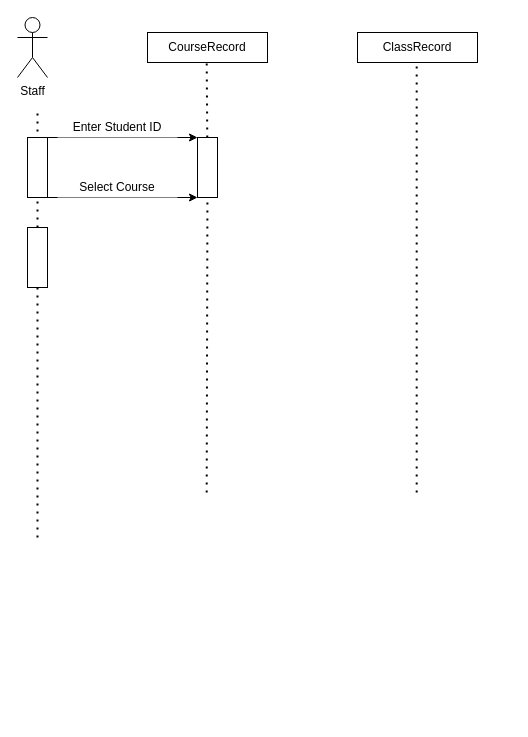
Above: Final Project SIS Sequence Diagram.drawio in BrandonLombard/OOAD-SNHU (draw.io), before the change. Source tidied: cells renumbered, new cells numbered last; positions are measured from the earlier drawing's top-left corner, leaving out a move shared by most shapes. Both pictures are drawn from the tidied source at 100%, with x=0, y=0 at pixel (17, 17).
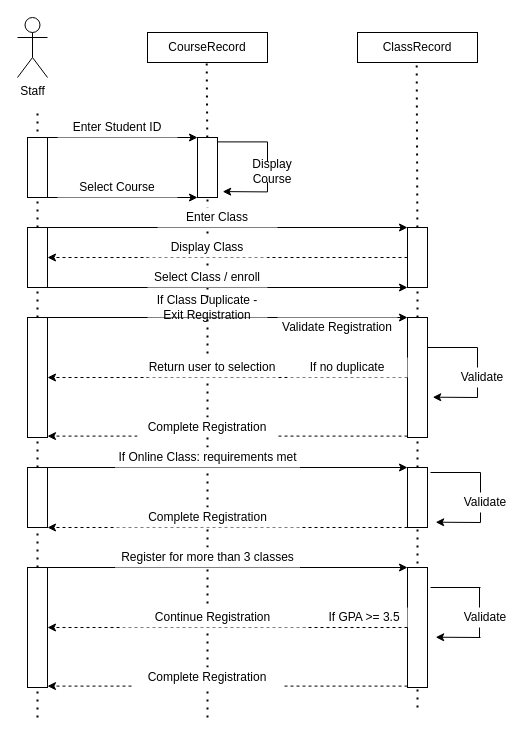
After the change.

The change refers to these unchanged cells:
```xml
<mxCell id="12" style="rounded=0;whiteSpace=wrap;html=1;" parent="1" vertex="1">
  <mxGeometry x="180" y="120" width="20" height="60" as="geometry" />
</mxCell>
<mxCell id="17" style="rounded=0;whiteSpace=wrap;html=1;" parent="1" vertex="1">
  <mxGeometry x="10" y="210" width="20" height="60" as="geometry" />
</mxCell>
```

What changed in the source:
```diff
@@
-    <mxCell id="9" style="endArrow=none;dashed=1;html=1;dashPattern=1 3;strokeWidth=2;" parent="1" edge="1">
+    <mxCell id="9" style="endArrow=none;dashed=1;html=1;dashPattern=1 3;strokeWidth=2;" parent="1" edge="1" source="19">
       <mxGeometry relative="1" as="geometry">
-        <mxPoint x="399.2" y="475" as="sourcePoint" />
         <mxPoint x="399.2" y="45" as="targetPoint" />
       </mxGeometry>
     </mxCell>
@@
-    <mxCell id="13" style="endArrow=none;dashed=1;html=1;dashPattern=1 3;strokeWidth=2;" parent="1" edge="1" target="12">
-      <mxGeometry relative="1" as="geometry">
-        <mxPoint x="189.2" y="475" as="sourcePoint" />
-      </mxGeometry>
+    <mxCell id="13" style="endArrow=none;dashed=1;html=1;dashPattern=1 3;strokeWidth=2;" parent="1" edge="1" source="42" target="12">
+      <mxGeometry relative="1" as="geometry" />
     </mxCell>
@@
-    <mxCell id="18" style="endArrow=none;dashed=1;html=1;dashPattern=1 3;strokeWidth=2;" parent="1" edge="1" target="17">
-      <mxGeometry relative="1" as="geometry">
-        <mxPoint x="20" y="520" as="sourcePoint" />
-      </mxGeometry>
+    <mxCell id="18" style="endArrow=none;dashed=1;html=1;dashPattern=1 3;strokeWidth=2;" parent="1" edge="1" source="27" target="17">
+      <mxGeometry relative="1" as="geometry" />
     </mxCell>
+    <mxCell id="19" style="rounded=0;whiteSpace=wrap;html=1;" parent="1" vertex="1">
+      <mxGeometry x="390" y="210" width="20" height="60" as="geometry" />
+    </mxCell>
+    <mxCell id="20" style="endArrow=none;dashed=1;html=1;dashPattern=1 3;strokeWidth=2;" parent="1" edge="1" source="29" target="19">
+      <mxGeometry relative="1" as="geometry" />
+    </mxCell>
+    <mxCell id="21" style="endArrow=classic;html=1;exitX=1;exitY=0;exitDx=0;exitDy=0;entryX=0;entryY=0;entryDx=0;entryDy=0;" parent="1" edge="1" source="17" target="19">
+      <mxGeometry relative="1" as="geometry" />
+    </mxCell>
+    <mxCell id="22" style="endArrow=classic;html=1;exitX=1;exitY=0;exitDx=0;exitDy=0;entryX=0;entryY=0;entryDx=0;entryDy=0;" parent="1" edge="1">
+      <mxGeometry relative="1" as="geometry">
+        <mxPoint x="30" y="270" as="sourcePoint" />
+        <mxPoint x="390" y="270" as="targetPoint" />
+      </mxGeometry>
+    </mxCell>
+    <mxCell id="23" style="endArrow=classic;html=1;exitX=0;exitY=0.5;exitDx=0;exitDy=0;entryX=1;entryY=0.5;entryDx=0;entryDy=0;dashed=1;" parent="1" edge="1" source="19" target="17">
+      <mxGeometry relative="1" as="geometry" />
+    </mxCell>
+    <mxCell id="24" value="Enter Class" style="text;html=1;align=center;verticalAlign=middle;whiteSpace=wrap;rounded=0;fillColor=#ffffff;" parent="1" vertex="1">
+      <mxGeometry x="140" y="190" width="120" height="20" as="geometry" />
+    </mxCell>
+    <mxCell id="25" value="Display Class" style="text;html=1;align=center;verticalAlign=middle;whiteSpace=wrap;rounded=0;fillColor=#ffffff;" parent="1" vertex="1">
+      <mxGeometry x="130" y="220" width="120" height="20" as="geometry" />
+    </mxCell>
+    <mxCell id="26" value="Select Class / enroll" style="text;html=1;align=center;verticalAlign=middle;whiteSpace=wrap;rounded=0;fillColor=#ffffff;" parent="1" vertex="1">
+      <mxGeometry x="130" y="250" width="120" height="20" as="geometry" />
+    </mxCell>
+    <mxCell id="27" style="rounded=0;whiteSpace=wrap;html=1;" parent="1" vertex="1">
+      <mxGeometry x="10" y="300" width="20" height="120" as="geometry" />
+    </mxCell>
+    <mxCell id="28" style="endArrow=none;dashed=1;html=1;dashPattern=1 3;strokeWidth=2;" parent="1" edge="1" source="44" target="27">
+      <mxGeometry relative="1" as="geometry" />
+    </mxCell>
+    <mxCell id="29" style="rounded=0;whiteSpace=wrap;html=1;" parent="1" vertex="1">
+      <mxGeometry x="390" y="300" width="20" height="120" as="geometry" />
+    </mxCell>
+    <mxCell id="30" style="endArrow=none;dashed=1;html=1;dashPattern=1 3;strokeWidth=2;" parent="1" edge="1" target="29">
+      <mxGeometry relative="1" as="geometry">
+        <mxPoint x="400" y="690" as="sourcePoint" />
+      </mxGeometry>
+    </mxCell>
+    <mxCell id="31" style="endArrow=classic;html=1;exitX=1;exitY=0;exitDx=0;exitDy=0;entryX=0;entryY=0;entryDx=0;entryDy=0;" parent="1" edge="1" source="27" target="29">
+      <mxGeometry relative="1" as="geometry" />
+    </mxCell>
+    <mxCell id="32" value="If Class Duplicate - Exit Registration" style="text;html=1;align=center;verticalAlign=middle;whiteSpace=wrap;rounded=0;fillColor=#ffffff;" parent="1" vertex="1">
+      <mxGeometry x="130" y="280" width="120" height="20" as="geometry" />
+    </mxCell>
+    <mxCell id="33" value="Validate Registration" style="text;html=1;align=center;verticalAlign=middle;whiteSpace=wrap;rounded=0;fillColor=#ffffff;" parent="1" vertex="1">
+      <mxGeometry x="260" y="300" width="120" height="20" as="geometry" />
+    </mxCell>
+    <mxCell id="34" style="endArrow=classic;html=1;exitX=0;exitY=0.5;exitDx=0;exitDy=0;entryX=1;entryY=0.5;entryDx=0;entryDy=0;dashed=1;" parent="1" edge="1" source="29" target="27">
+      <mxGeometry relative="1" as="geometry" />
+    </mxCell>
+    <mxCell id="35" value="Return user to selection" style="text;html=1;align=center;verticalAlign=middle;whiteSpace=wrap;rounded=0;fillColor=#ffffff;" parent="1" vertex="1">
+      <mxGeometry x="130" y="340" width="130" height="20" as="geometry" />
+    </mxCell>
+    <mxCell id="36" value="If no duplicate" style="text;html=1;align=center;verticalAlign=middle;whiteSpace=wrap;rounded=0;fillColor=#ffffff;" parent="1" vertex="1">
+      <mxGeometry x="270" y="340" width="120" height="20" as="geometry" />
+    </mxCell>
+    <mxCell id="37" style="endArrow=none;html=1;exitX=1;exitY=0.25;exitDx=0;exitDy=0;" parent="1" edge="1" source="29">
+      <mxGeometry relative="1" as="geometry">
+        <mxPoint x="460" y="330" as="targetPoint" />
+      </mxGeometry>
+    </mxCell>
+    <mxCell id="38" style="endArrow=none;html=1;" parent="1" edge="1">
+      <mxGeometry relative="1" as="geometry">
+        <mxPoint x="460" y="330" as="sourcePoint" />
+        <mxPoint x="460" y="380" as="targetPoint" />
+      </mxGeometry>
+    </mxCell>
+    <mxCell id="39" style="endArrow=classic;html=1;entryX=1.262;entryY=0.664;entryDx=0;entryDy=0;entryPerimeter=0;" parent="1" edge="1" target="29">
+      <mxGeometry relative="1" as="geometry">
+        <mxPoint x="460" y="380" as="sourcePoint" />
+      </mxGeometry>
+    </mxCell>
+    <mxCell id="40" value="Validate" style="text;html=1;align=center;verticalAlign=middle;whiteSpace=wrap;rounded=0;fillColor=#ffffff;" parent="1" vertex="1">
+      <mxGeometry x="440" y="350" width="50" height="20" as="geometry" />
+    </mxCell>
+    <mxCell id="41" style="endArrow=classic;html=1;exitX=0;exitY=0.5;exitDx=0;exitDy=0;entryX=1;entryY=0.5;entryDx=0;entryDy=0;dashed=1;" parent="1" edge="1">
+      <mxGeometry relative="1" as="geometry">
+        <mxPoint x="390" y="418.6" as="sourcePoint" />
+        <mxPoint x="30" y="418.6" as="targetPoint" />
+      </mxGeometry>
+    </mxCell>
+    <mxCell id="42" value="Complete Registration" style="text;html=1;align=center;verticalAlign=middle;whiteSpace=wrap;rounded=0;fillColor=#ffffff;" parent="1" vertex="1">
+      <mxGeometry x="120" y="400" width="140" height="20" as="geometry" />
+    </mxCell>
+    <mxCell id="43" style="endArrow=none;dashed=1;html=1;dashPattern=1 3;strokeWidth=2;" parent="1" edge="1" source="48" target="42">
+      <mxGeometry relative="1" as="geometry" />
+    </mxCell>
+    <mxCell id="44" style="rounded=0;whiteSpace=wrap;html=1;" parent="1" vertex="1">
+      <mxGeometry x="10" y="450" width="20" height="60" as="geometry" />
+    </mxCell>
+    <mxCell id="45" style="endArrow=none;dashed=1;html=1;dashPattern=1 3;strokeWidth=2;" parent="1" edge="1" source="56" target="44">
+      <mxGeometry relative="1" as="geometry" />
+    </mxCell>
+    <mxCell id="46" style="endArrow=classic;html=1;exitX=1;exitY=0;exitDx=0;exitDy=0;entryX=0;entryY=0;entryDx=0;entryDy=0;" parent="1" edge="1" source="44" target="47">
+      <mxGeometry relative="1" as="geometry" />
+    </mxCell>
+    <mxCell id="47" style="rounded=0;whiteSpace=wrap;html=1;" parent="1" vertex="1">
+      <mxGeometry x="390" y="450" width="20" height="60" as="geometry" />
+    </mxCell>
+    <mxCell id="48" value="If Online Class: requirements met" style="text;html=1;align=center;verticalAlign=middle;whiteSpace=wrap;rounded=0;fillColor=#ffffff;" parent="1" vertex="1">
+      <mxGeometry x="97.5" y="430" width="185" height="20" as="geometry" />
+    </mxCell>
+    <mxCell id="49" style="endArrow=none;dashed=1;html=1;dashPattern=1 3;strokeWidth=2;" parent="1" edge="1" source="67" target="48">
+      <mxGeometry relative="1" as="geometry" />
+    </mxCell>
+    <mxCell id="50" style="endArrow=none;html=1;exitX=1;exitY=0.25;exitDx=0;exitDy=0;" parent="1" edge="1">
+      <mxGeometry relative="1" as="geometry">
+        <mxPoint x="413" y="455" as="sourcePoint" />
+        <mxPoint x="463" y="455" as="targetPoint" />
+      </mxGeometry>
+    </mxCell>
+    <mxCell id="51" style="endArrow=none;html=1;" parent="1" edge="1">
+      <mxGeometry relative="1" as="geometry">
+        <mxPoint x="463" y="455" as="sourcePoint" />
+        <mxPoint x="463" y="505" as="targetPoint" />
+      </mxGeometry>
+    </mxCell>
+    <mxCell id="52" style="endArrow=classic;html=1;entryX=1.262;entryY=0.664;entryDx=0;entryDy=0;entryPerimeter=0;" parent="1" edge="1">
+      <mxGeometry relative="1" as="geometry">
+        <mxPoint x="463" y="505" as="sourcePoint" />
+        <mxPoint x="418.2" y="504.7" as="targetPoint" />
+      </mxGeometry>
+    </mxCell>
+    <mxCell id="53" value="Validate" style="text;html=1;align=center;verticalAlign=middle;whiteSpace=wrap;rounded=0;fillColor=#ffffff;" parent="1" vertex="1">
+      <mxGeometry x="443" y="475" width="50" height="20" as="geometry" />
+    </mxCell>
+    <mxCell id="54" style="endArrow=classic;html=1;exitX=0;exitY=1;exitDx=0;exitDy=0;entryX=1;entryY=1;entryDx=0;entryDy=0;dashed=1;" parent="1" edge="1" source="47" target="44">
+      <mxGeometry relative="1" as="geometry" />
+    </mxCell>
+    <mxCell id="55" value="Complete Registration" style="text;html=1;align=center;verticalAlign=middle;whiteSpace=wrap;rounded=0;fillColor=#ffffff;" parent="1" vertex="1">
+      <mxGeometry x="97.5" y="490" width="185" height="20" as="geometry" />
+    </mxCell>
+    <mxCell id="56" style="rounded=0;whiteSpace=wrap;html=1;" parent="1" vertex="1">
+      <mxGeometry x="10" y="550" width="20" height="120" as="geometry" />
+    </mxCell>
+    <mxCell id="57" style="endArrow=none;dashed=1;html=1;dashPattern=1 3;strokeWidth=2;" parent="1" edge="1" target="56">
+      <mxGeometry relative="1" as="geometry">
+        <mxPoint x="20" y="700" as="sourcePoint" />
+      </mxGeometry>
+    </mxCell>
+    <mxCell id="58" style="rounded=0;whiteSpace=wrap;html=1;" parent="1" vertex="1">
+      <mxGeometry x="390" y="550" width="20" height="120" as="geometry" />
+    </mxCell>
+    <mxCell id="59" style="endArrow=classic;html=1;exitX=1;exitY=0;exitDx=0;exitDy=0;entryX=0;entryY=0;entryDx=0;entryDy=0;" parent="1" edge="1" source="56" target="58">
+      <mxGeometry relative="1" as="geometry" />
+    </mxCell>
+    <mxCell id="60" value="Register for more than 3 classes" style="text;html=1;align=center;verticalAlign=middle;whiteSpace=wrap;rounded=0;fillColor=#ffffff;" parent="1" vertex="1">
+      <mxGeometry x="97.5" y="530" width="185" height="20" as="geometry" />
+    </mxCell>
+    <mxCell id="61" style="endArrow=none;html=1;exitX=1;exitY=0.25;exitDx=0;exitDy=0;" parent="1" edge="1">
+      <mxGeometry relative="1" as="geometry">
+        <mxPoint x="413" y="570" as="sourcePoint" />
+        <mxPoint x="463" y="570" as="targetPoint" />
+      </mxGeometry>
+    </mxCell>
+    <mxCell id="62" style="endArrow=classic;html=1;entryX=1.262;entryY=0.664;entryDx=0;entryDy=0;entryPerimeter=0;" parent="1" edge="1">
+      <mxGeometry relative="1" as="geometry">
+        <mxPoint x="463" y="620" as="sourcePoint" />
+        <mxPoint x="418.2" y="619.7" as="targetPoint" />
+      </mxGeometry>
+    </mxCell>
+    <mxCell id="63" style="endArrow=none;html=1;" parent="1" edge="1">
+      <mxGeometry relative="1" as="geometry">
+        <mxPoint x="462" y="620" as="sourcePoint" />
+        <mxPoint x="462" y="570" as="targetPoint" />
+      </mxGeometry>
+    </mxCell>
+    <mxCell id="64" value="Validate" style="text;html=1;align=center;verticalAlign=middle;whiteSpace=wrap;rounded=0;fillColor=#ffffff;" parent="1" vertex="1">
+      <mxGeometry x="443" y="590" width="50" height="20" as="geometry" />
+    </mxCell>
+    <mxCell id="65" value="If GPA &amp;gt;= 3.5" style="text;html=1;align=center;verticalAlign=middle;whiteSpace=wrap;rounded=0;fillColor=#ffffff;" parent="1" vertex="1">
+      <mxGeometry x="302.5" y="590" width="87.5" height="20" as="geometry" />
+    </mxCell>
+    <mxCell id="66" style="endArrow=classic;html=1;exitX=0;exitY=1;exitDx=0;exitDy=0;entryX=1;entryY=1;entryDx=0;entryDy=0;dashed=1;" parent="1" edge="1">
+      <mxGeometry relative="1" as="geometry">
+        <mxPoint x="390" y="668.6" as="sourcePoint" />
+        <mxPoint x="30" y="668.6" as="targetPoint" />
+      </mxGeometry>
+    </mxCell>
+    <mxCell id="67" value="Complete Registration" style="text;html=1;align=center;verticalAlign=middle;whiteSpace=wrap;rounded=0;fillColor=#ffffff;" parent="1" vertex="1">
+      <mxGeometry x="115" y="650" width="150" height="20" as="geometry" />
+    </mxCell>
+    <mxCell id="68" style="endArrow=none;dashed=1;html=1;dashPattern=1 3;strokeWidth=2;" parent="1" edge="1" target="67">
+      <mxGeometry relative="1" as="geometry">
+        <mxPoint x="190" y="700" as="sourcePoint" />
+      </mxGeometry>
+    </mxCell>
+    <mxCell id="69" style="endArrow=classic;html=1;exitX=0;exitY=1;exitDx=0;exitDy=0;entryX=1;entryY=1;entryDx=0;entryDy=0;dashed=1;" parent="1" edge="1">
+      <mxGeometry relative="1" as="geometry">
+        <mxPoint x="390" y="610" as="sourcePoint" />
+        <mxPoint x="30" y="610" as="targetPoint" />
+      </mxGeometry>
+    </mxCell>
+    <mxCell id="70" value="Continue Registration" style="text;html=1;align=center;verticalAlign=middle;whiteSpace=wrap;rounded=0;fillColor=#ffffff;" parent="1" vertex="1">
+      <mxGeometry x="102.5" y="590" width="185" height="20" as="geometry" />
+    </mxCell>
+    <mxCell id="71" style="endArrow=none;html=1;exitX=1;exitY=0.25;exitDx=0;exitDy=0;" parent="1" edge="1">
+      <mxGeometry relative="1" as="geometry">
+        <mxPoint x="200" y="124.4" as="sourcePoint" />
+        <mxPoint x="250" y="124.4" as="targetPoint" />
+      </mxGeometry>
+    </mxCell>
+    <mxCell id="72" style="endArrow=none;html=1;" parent="1" edge="1">
+      <mxGeometry relative="1" as="geometry">
+        <mxPoint x="250" y="124.4" as="sourcePoint" />
+        <mxPoint x="250" y="174.4" as="targetPoint" />
+      </mxGeometry>
+    </mxCell>
+    <mxCell id="73" style="endArrow=classic;html=1;entryX=1.262;entryY=0.664;entryDx=0;entryDy=0;entryPerimeter=0;" parent="1" edge="1">
+      <mxGeometry relative="1" as="geometry">
+        <mxPoint x="250" y="174.4" as="sourcePoint" />
+        <mxPoint x="205.2" y="174.1" as="targetPoint" />
+      </mxGeometry>
+    </mxCell>
+    <mxCell id="74" value="Display Course" style="text;html=1;align=center;verticalAlign=middle;whiteSpace=wrap;rounded=0;fillColor=#ffffff;" parent="1" vertex="1">
+      <mxGeometry x="230" y="144.4" width="50" height="20" as="geometry" />
+    </mxCell>
```
